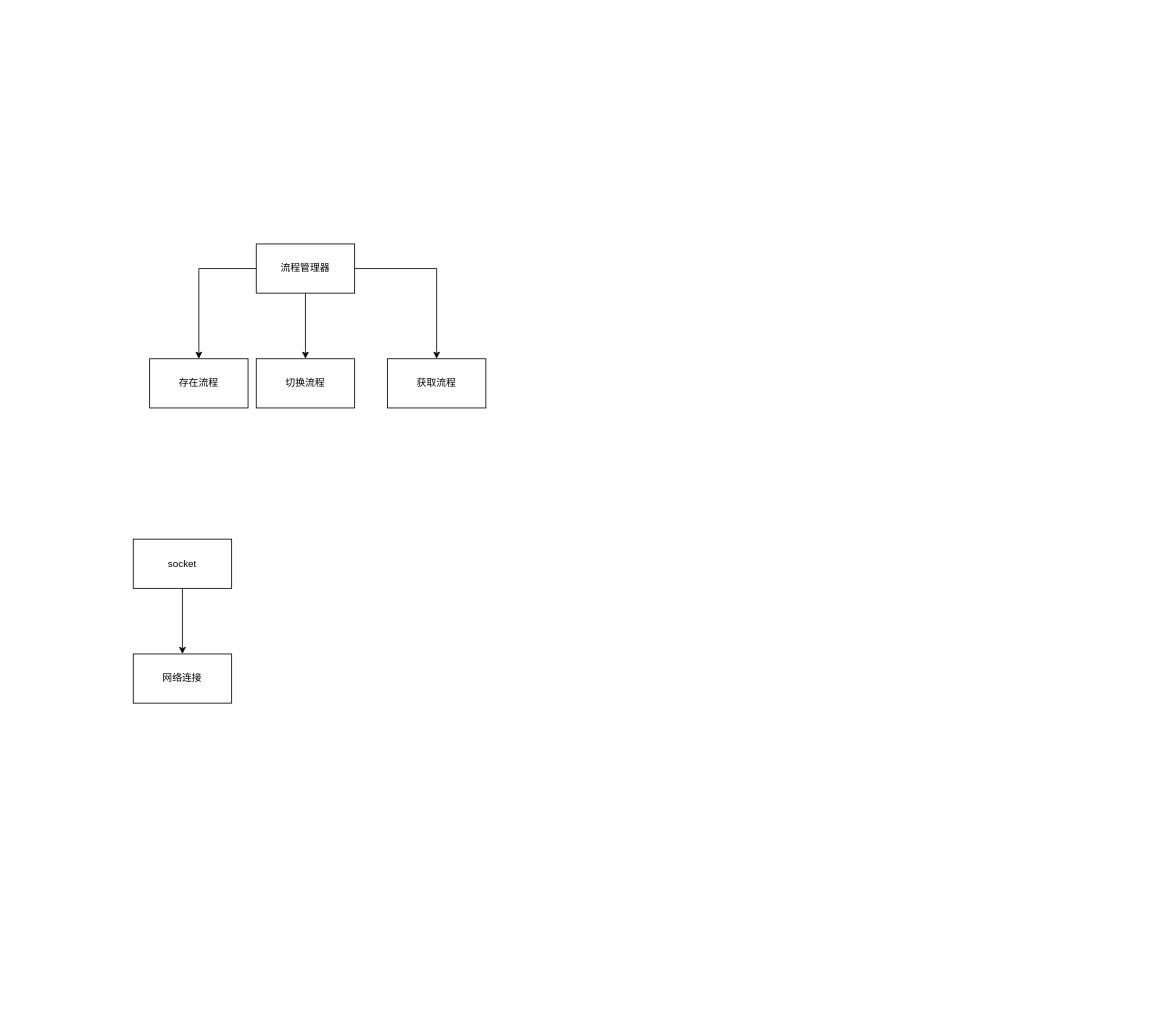
This is GameFramework/Untitled Diagram.drawio from xzp3094997376/DrawIO, a draw.io file, before an edit. Source tidied: cells renumbered, new cells numbered last; positions are measured from the earlier drawing's top-left corner, leaving out a move shared by most shapes. Both pictures are drawn from the tidied source at 82%, with x=0, y=0 at pixel (133, 244).
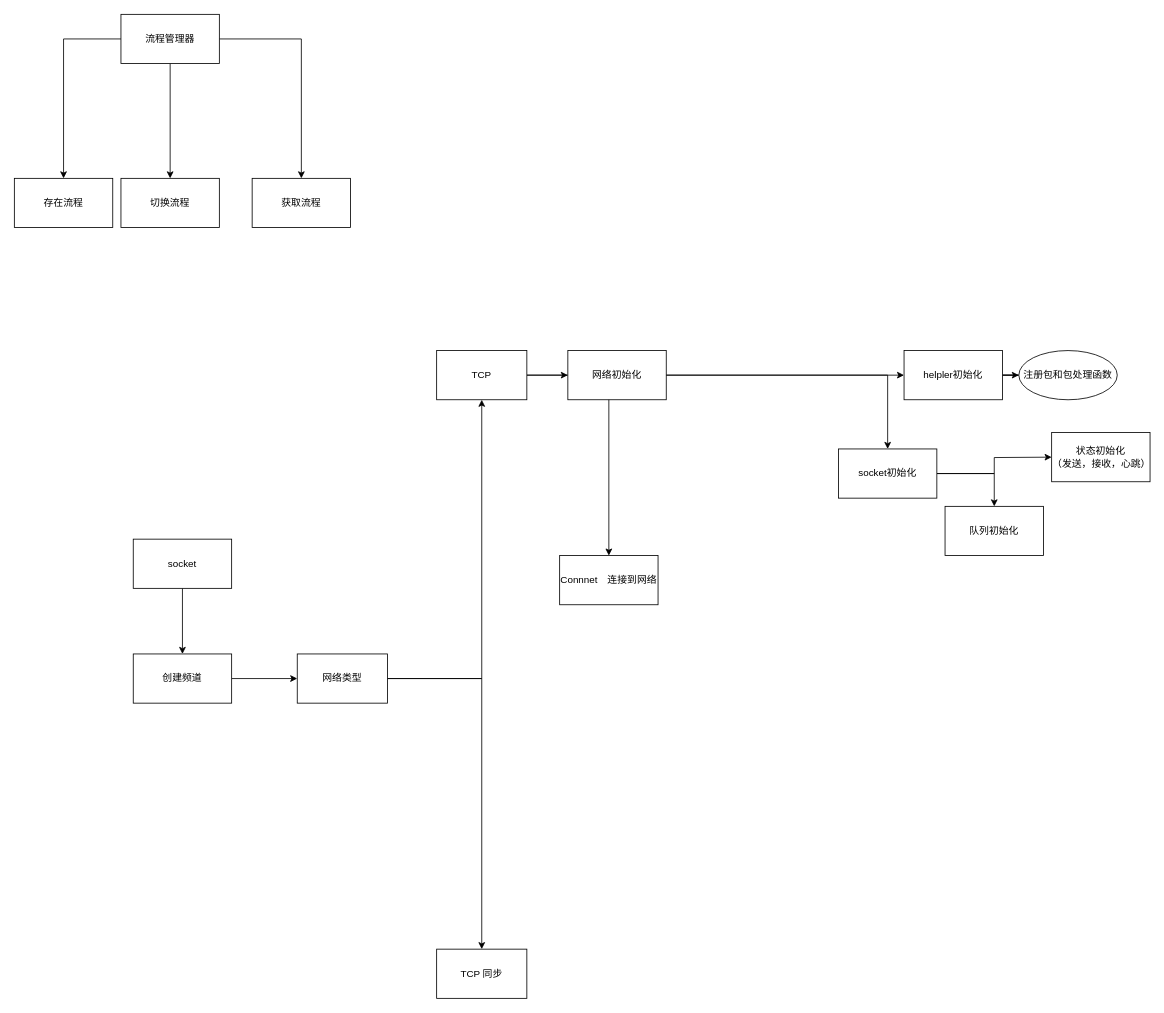
After the change.

Change to the diagram source:
```diff
@@
     <mxCell id="5" value="流程管理器" style="rounded=0;whiteSpace=wrap;html=1;" parent="1" vertex="1">
-      <mxGeometry x="150" width="120" height="60" as="geometry" />
+      <mxGeometry x="-15" y="-280" width="120" height="60" as="geometry" />
     </mxCell>
     <mxCell id="6" value="切换流程" style="whiteSpace=wrap;html=1;rounded=0;" parent="1" vertex="1">
-      <mxGeometry x="150" y="140" width="120" height="60" as="geometry" />
+      <mxGeometry x="-15" y="-80" width="120" height="60" as="geometry" />
     </mxCell>
     <mxCell id="7" value="存在流程" style="rounded=0;whiteSpace=wrap;html=1;" parent="1" vertex="1">
-      <mxGeometry x="20" y="140" width="120" height="60" as="geometry" />
+      <mxGeometry x="-145" y="-80" width="120" height="60" as="geometry" />
     </mxCell>
     <mxCell id="8" value="获取流程" style="whiteSpace=wrap;html=1;rounded=0;" parent="1" vertex="1">
-      <mxGeometry x="310" y="140" width="120" height="60" as="geometry" />
+      <mxGeometry x="145" y="-80" width="120" height="60" as="geometry" />
     </mxCell>
@@
+    <mxCell id="12" style="edgeStyle=orthogonalEdgeStyle;rounded=0;jettySize=auto;html=1;" parent="1" edge="1" source="11" target="15">
+      <mxGeometry relative="1" as="geometry" />
+    </mxCell>
-    <mxCell id="11" value="网络连接" style="whiteSpace=wrap;html=1;" parent="1" vertex="1">
+    <mxCell id="11" value="创建频道&lt;br&gt;" style="whiteSpace=wrap;html=1;" parent="1" vertex="1">
       <mxGeometry y="500" width="120" height="60" as="geometry" />
     </mxCell>
+    <mxCell id="13" style="edgeStyle=orthogonalEdgeStyle;rounded=0;jettySize=auto;html=1;" parent="1" edge="1" source="15" target="18">
+      <mxGeometry relative="1" as="geometry" />
+    </mxCell>
+    <mxCell id="14" style="edgeStyle=orthogonalEdgeStyle;rounded=0;jettySize=auto;html=1;" parent="1" edge="1" source="15" target="19">
+      <mxGeometry relative="1" as="geometry" />
+    </mxCell>
+    <mxCell id="15" value="网络类型" style="whiteSpace=wrap;html=1;" parent="1" vertex="1">
+      <mxGeometry x="200" y="500" width="110" height="60" as="geometry" />
+    </mxCell>
+    <mxCell id="16" style="edgeStyle=orthogonalEdgeStyle;rounded=0;jettySize=auto;html=1;" parent="1" edge="1" source="18" target="24">
+      <mxGeometry relative="1" as="geometry" />
+    </mxCell>
+    <mxCell id="17" style="edgeStyle=orthogonalEdgeStyle;rounded=0;jettySize=auto;html=1;" parent="1" edge="1" source="18" target="31">
+      <mxGeometry relative="1" as="geometry" />
+    </mxCell>
+    <mxCell id="18" value="TCP" style="whiteSpace=wrap;html=1;" parent="1" vertex="1">
+      <mxGeometry x="370" y="130" width="110" height="60" as="geometry" />
+    </mxCell>
+    <mxCell id="19" value="TCP 同步" style="whiteSpace=wrap;html=1;" parent="1" vertex="1">
+      <mxGeometry x="370" y="860" width="110" height="60" as="geometry" />
+    </mxCell>
+    <mxCell id="20" style="edgeStyle=orthogonalEdgeStyle;rounded=0;jettySize=auto;html=1;" parent="1" edge="1" source="21" target="22">
+      <mxGeometry relative="1" as="geometry" />
+    </mxCell>
+    <mxCell id="21" value="helpler初始化" style="whiteSpace=wrap;html=1;" parent="1" vertex="1">
+      <mxGeometry x="940" y="130" width="120" height="60" as="geometry" />
+    </mxCell>
+    <mxCell id="22" value="注册包和包处理函数" style="ellipse;whiteSpace=wrap;html=1;" parent="1" vertex="1">
+      <mxGeometry x="1080" y="130" width="120" height="60" as="geometry" />
+    </mxCell>
+    <mxCell id="23" style="edgeStyle=orthogonalEdgeStyle;rounded=0;jettySize=auto;html=1;" parent="1" edge="1" source="24" target="28">
+      <mxGeometry relative="1" as="geometry" />
+    </mxCell>
+    <mxCell id="24" value="网络初始化" style="whiteSpace=wrap;html=1;" parent="1" vertex="1">
+      <mxGeometry x="530" y="130" width="120" height="60" as="geometry" />
+    </mxCell>
+    <mxCell id="25" style="endArrow=classic;html=1;rounded=0;exitX=1;exitY=0.5;exitDx=0;exitDy=0;entryX=0;entryY=0.5;entryDx=0;entryDy=0;" parent="1" edge="1" source="24" target="21">
+      <mxGeometry relative="1" as="geometry" />
+    </mxCell>
+    <mxCell id="26" style="edgeStyle=orthogonalEdgeStyle;rounded=0;jettySize=auto;html=1;" parent="1" edge="1" source="28">
+      <mxGeometry relative="1" as="geometry">
+        <mxPoint x="1120" y="260" as="targetPoint" />
+      </mxGeometry>
+    </mxCell>
+    <mxCell id="27" style="edgeStyle=orthogonalEdgeStyle;rounded=0;jettySize=auto;html=1;" parent="1" edge="1" source="28" target="30">
+      <mxGeometry relative="1" as="geometry" />
+    </mxCell>
+    <mxCell id="28" value="socket初始化" style="whiteSpace=wrap;html=1;" parent="1" vertex="1">
+      <mxGeometry x="860" y="250" width="120" height="60" as="geometry" />
+    </mxCell>
+    <mxCell id="29" value="状态初始化&lt;br&gt;（发送，接收，心跳）" style="whiteSpace=wrap;html=1;" parent="1" vertex="1">
+      <mxGeometry x="1120" y="230" width="120" height="60" as="geometry" />
+    </mxCell>
+    <mxCell id="30" value="队列初始化" style="whiteSpace=wrap;html=1;" parent="1" vertex="1">
+      <mxGeometry x="990" y="320" width="120" height="60" as="geometry" />
+    </mxCell>
+    <mxCell id="31" value="Connnet　连接到网络" style="whiteSpace=wrap;html=1;" parent="1" vertex="1">
+      <mxGeometry x="520" y="380" width="120" height="60" as="geometry" />
+    </mxCell>
```
